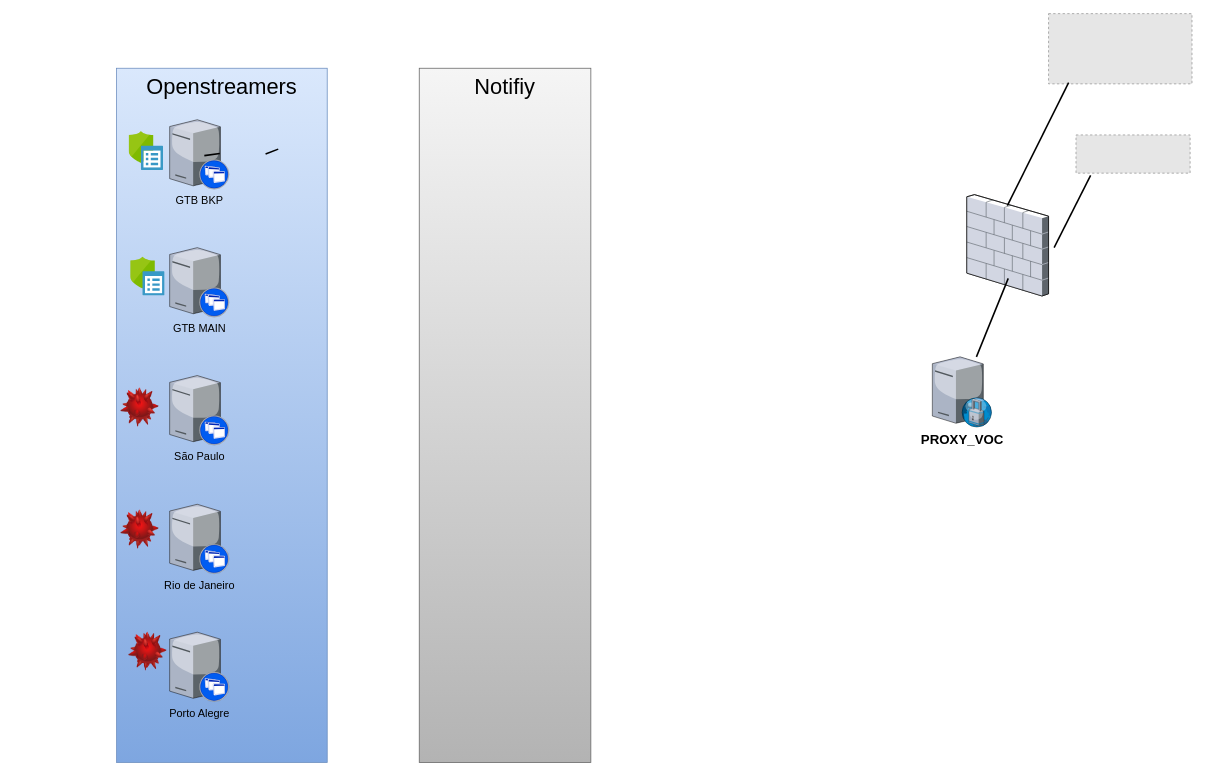
Above: redundancia Openstreamers.drawio in eloyx3x/Diagramas (draw.io), before the change. Source tidied: cells renumbered, new cells numbered last; positions are measured from the earlier drawing's top-left corner, leaving out a move shared by most shapes. Both pictures are drawn from the tidied source at 78%, with x=0, y=0 at pixel (116, 13). Pictures stored in the file or linked from it are replaced by grey dashed boxes.
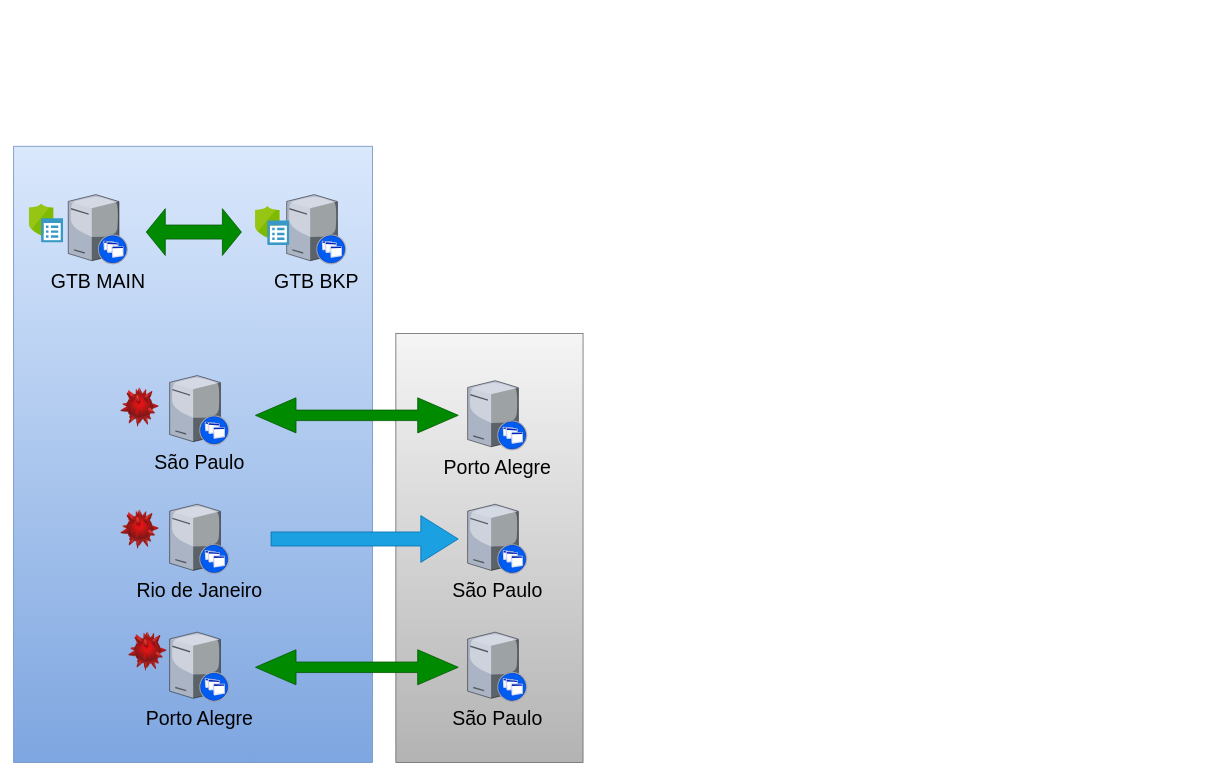
Above is the later version.

Diff of the diagram source:
```diff
@@
-    <mxCell id="2" value="&lt;font style=&quot;font-size: 28px;&quot;&gt;Openstreamers&lt;/font&gt;" style="whiteSpace=wrap;html=1;fontSize=14;strokeColor=#6c8ebf;verticalAlign=top;labelBackgroundColor=none;fillColor=#dae8fc;gradientColor=#7ea6e0;" parent="1" vertex="1">
-      <mxGeometry y="70" width="270" height="890" as="geometry" />
+    <mxCell id="2" style="whiteSpace=wrap;html=1;fontSize=14;strokeColor=#6c8ebf;verticalAlign=top;labelBackgroundColor=none;fillColor=#dae8fc;gradientColor=#7ea6e0;" parent="1" vertex="1">
+      <mxGeometry x="-132" y="170" width="460" height="790" as="geometry" />
     </mxCell>
-    <mxCell id="3" value="&lt;font style=&quot;font-size: 28px;&quot;&gt;Notifiy&lt;/font&gt;" style="whiteSpace=wrap;html=1;fontSize=14;strokeColor=#666666;verticalAlign=top;labelBackgroundColor=none;fillColor=#f5f5f5;gradientColor=#b3b3b3;" parent="1" vertex="1">
-      <mxGeometry x="388" y="70" width="220" height="890" as="geometry" />
+    <mxCell id="3" style="whiteSpace=wrap;html=1;fontSize=14;strokeColor=#666666;verticalAlign=top;labelBackgroundColor=none;fillColor=#f5f5f5;gradientColor=#b3b3b3;" parent="1" vertex="1">
+      <mxGeometry x="358" y="410" width="240" height="550" as="geometry" />
     </mxCell>
-    <mxCell id="4" value="Porto Alegre" style="verticalLabelPosition=bottom;html=1;verticalAlign=top;strokeColor=none;shape=mxgraph.citrix.xenapp_server;fontSize=14;labelBackgroundColor=none;" parent="1" vertex="1">
+    <mxCell id="4" value="Porto Alegre" style="verticalLabelPosition=bottom;html=1;verticalAlign=top;strokeColor=none;shape=mxgraph.citrix.xenapp_server;fontSize=25;labelBackgroundColor=none;" parent="1" vertex="1">
       <mxGeometry x="68" y="793" width="76" height="89" as="geometry" />
     </mxCell>
-    <mxCell id="5" value="Rio de Janeiro" style="verticalLabelPosition=bottom;html=1;verticalAlign=top;strokeColor=none;shape=mxgraph.citrix.xenapp_server;fontSize=14;labelBackgroundColor=none;" parent="1" vertex="1">
+    <mxCell id="5" value="Rio de Janeiro" style="verticalLabelPosition=bottom;html=1;verticalAlign=top;strokeColor=none;shape=mxgraph.citrix.xenapp_server;fontSize=25;labelBackgroundColor=none;" parent="1" vertex="1">
       <mxGeometry x="68" y="629" width="76" height="89" as="geometry" />
     </mxCell>
-    <mxCell id="6" value="São Paulo" style="verticalLabelPosition=bottom;html=1;verticalAlign=top;strokeColor=none;shape=mxgraph.citrix.xenapp_server;fontSize=14;labelBackgroundColor=none;" parent="1" vertex="1">
+    <mxCell id="6" value="São Paulo" style="verticalLabelPosition=bottom;html=1;verticalAlign=top;strokeColor=none;shape=mxgraph.citrix.xenapp_server;fontSize=25;labelBackgroundColor=none;" parent="1" vertex="1">
       <mxGeometry x="68" y="464" width="76" height="89" as="geometry" />
     </mxCell>
-    <mxCell id="7" value="GTB MAIN" style="verticalLabelPosition=bottom;html=1;verticalAlign=top;strokeColor=none;shape=mxgraph.citrix.xenapp_server;fontSize=14;labelBackgroundColor=none;" parent="1" vertex="1">
-      <mxGeometry x="68" y="300" width="76" height="89" as="geometry" />
-    </mxCell>
-    <mxCell id="8" style="edgeStyle=none;rounded=0;html=1;startSize=10;endSize=10;jettySize=auto;orthogonalLoop=1;fontSize=14;endArrow=none;endFill=0;strokeWidth=2;exitX=0.846;exitY=0.486;exitDx=0;exitDy=0;exitPerimeter=0;labelBackgroundColor=none;fontColor=default;" parent="1" edge="1">
-      <mxGeometry relative="1" as="geometry">
-        <mxPoint x="207.2" y="173.7" as="sourcePoint" />
-        <mxPoint x="191" y="180" as="targetPoint" />
-      </mxGeometry>
-    </mxCell>
-    <mxCell id="9" value="GTB BKP" style="verticalLabelPosition=bottom;html=1;verticalAlign=top;strokeColor=none;shape=mxgraph.citrix.xenapp_server;fontSize=14;labelBackgroundColor=none;" parent="1" vertex="1">
-      <mxGeometry x="68" y="136" width="76" height="89" as="geometry" />
-    </mxCell>
-    <mxCell id="10" style="verticalLabelPosition=bottom;html=1;verticalAlign=top;strokeColor=none;shape=mxgraph.citrix.firewall;fontSize=14;labelBackgroundColor=none;" parent="1" vertex="1">
-      <mxGeometry x="1090" y="232" width="104.8" height="130" as="geometry" />
-    </mxCell>
-    <mxCell id="11" style="fillColor=#E6E6E6;strokeColor=#999999;dashed=1;verticalLabelPosition=bottom;labelBackgroundColor=none;verticalAlign=top;" parent="1" vertex="1">
-      <mxGeometry x="1194.8" width="183.9" height="90" as="geometry" />
-    </mxCell>
-    <mxCell id="12" style="edgeStyle=none;rounded=0;html=1;startSize=10;endSize=10;jettySize=auto;fontSize=14;endArrow=none;endFill=0;strokeWidth=2;entryX=0.14;entryY=0.983;entryDx=0;entryDy=0;labelBackgroundColor=none;fontColor=default;entryPerimeter=0;exitX=0.496;exitY=0.108;exitDx=0;exitDy=0;exitPerimeter=0;" parent="1" edge="1" source="10" target="11">
-      <mxGeometry relative="1" as="geometry" />
-    </mxCell>
@@
-    <mxCell id="16" value="PROXY_VOC" style="verticalLabelPosition=bottom;sketch=0;html=1;verticalAlign=top;strokeColor=none;align=center;outlineConnect=0;shape=mxgraph.citrix.proxy_server;fontSize=17;fontStyle=1;" parent="1" vertex="1">
-      <mxGeometry x="1045.8" y="440" width="76.5" height="90" as="geometry" />
-    </mxCell>
-    <mxCell id="17" style="edgeStyle=none;rounded=0;html=1;startSize=10;endSize=10;jettySize=auto;fontSize=14;endArrow=none;endFill=0;strokeWidth=2;entryX=0.507;entryY=0.826;entryDx=0;entryDy=0;labelBackgroundColor=none;fontColor=default;entryPerimeter=0;" parent="1" edge="1" source="16" target="10">
-      <mxGeometry relative="1" as="geometry" />
-    </mxCell>
-    <mxCell id="18" style="fillColor=#E6E6E6;strokeColor=#999999;dashed=1;verticalLabelPosition=bottom;labelBackgroundColor=default;verticalAlign=top;" parent="1" vertex="1">
-      <mxGeometry x="1230" y="155.5" width="146.3" height="49" as="geometry" />
-    </mxCell>
-    <mxCell id="19" style="edgeStyle=none;rounded=0;html=1;startSize=10;endSize=10;jettySize=auto;fontSize=14;endArrow=none;endFill=0;strokeWidth=2;labelBackgroundColor=none;fontColor=default;exitX=1.068;exitY=0.523;exitDx=0;exitDy=0;exitPerimeter=0;entryX=0.128;entryY=1.057;entryDx=0;entryDy=0;entryPerimeter=0;" parent="1" edge="1" source="10" target="18">
-      <mxGeometry relative="1" as="geometry" />
-    </mxCell>
+    <mxCell id="23" value="Porto Alegre" style="verticalLabelPosition=bottom;html=1;verticalAlign=top;strokeColor=none;shape=mxgraph.citrix.xenapp_server;fontSize=25;labelBackgroundColor=none;" parent="1" vertex="1">
+      <mxGeometry x="450" y="470.5" width="76" height="89" as="geometry" />
+    </mxCell>
+    <mxCell id="24" value="São Paulo" style="verticalLabelPosition=bottom;html=1;verticalAlign=top;strokeColor=none;shape=mxgraph.citrix.xenapp_server;fontSize=25;labelBackgroundColor=none;" parent="1" vertex="1">
+      <mxGeometry x="450" y="629" width="76" height="89" as="geometry" />
+    </mxCell>
+    <mxCell id="25" style="shape=doubleArrow;whiteSpace=wrap;html=1;fillColor=#008a00;strokeColor=#005700;fontColor=#ffffff;" parent="1" vertex="1">
+      <mxGeometry x="178" y="492.5" width="260" height="45" as="geometry" />
+    </mxCell>
+    <mxCell id="26" style="shape=doubleArrow;whiteSpace=wrap;html=1;fillColor=#008a00;strokeColor=#005700;fontColor=#ffffff;" parent="1" vertex="1">
+      <mxGeometry x="178" y="815.5" width="260" height="45" as="geometry" />
+    </mxCell>
+    <mxCell id="27" value="São Paulo" style="verticalLabelPosition=bottom;html=1;verticalAlign=top;strokeColor=none;shape=mxgraph.citrix.xenapp_server;fontSize=25;labelBackgroundColor=none;" parent="1" vertex="1">
+      <mxGeometry x="450" y="793" width="76" height="89" as="geometry" />
+    </mxCell>
+    <mxCell id="28" style="shape=singleArrow;whiteSpace=wrap;html=1;fillColor=#1ba1e2;fontColor=#ffffff;strokeColor=#006EAF;" parent="1" vertex="1">
+      <mxGeometry x="198" y="643.5" width="240" height="60" as="geometry" />
+    </mxCell>
+    <mxCell id="29" style="group;fontSize=25;" parent="1" vertex="1">
+      <mxGeometry x="-112" y="232" width="126" height="89" as="geometry" />
+    </mxCell>
+    <mxCell id="7" value="&lt;font style=&quot;font-size: 25px;&quot;&gt;GTB MAIN&lt;/font&gt;" style="verticalLabelPosition=bottom;html=1;verticalAlign=top;strokeColor=none;shape=mxgraph.citrix.xenapp_server;fontSize=14;labelBackgroundColor=none;" parent="29" vertex="1">
+      <mxGeometry x="50" width="76" height="89" as="geometry" />
+    </mxCell>
+    <mxCell id="21" style="image;sketch=0;html=1;align=center;fontSize=12;image=img/lib/mscae/Security_Baselines.svg;" parent="29" vertex="1">
+      <mxGeometry y="12" width="44" height="50" as="geometry" />
+    </mxCell>
+    <mxCell id="30" style="group;" parent="1" vertex="1">
+      <mxGeometry x="178" y="232" width="128" height="89" as="geometry" />
+    </mxCell>
+    <mxCell id="9" value="&lt;font style=&quot;font-size: 25px;&quot;&gt;GTB BKP&lt;/font&gt;" style="verticalLabelPosition=bottom;html=1;verticalAlign=top;strokeColor=none;shape=mxgraph.citrix.xenapp_server;fontSize=14;labelBackgroundColor=none;" parent="30" vertex="1">
+      <mxGeometry x="40" width="76" height="89" as="geometry" />
+    </mxCell>
-    <mxCell id="20" style="image;sketch=0;html=1;align=center;fontSize=12;image=img/lib/mscae/Security_Baselines.svg;" parent="1" vertex="1">
-      <mxGeometry x="16" y="151" width="44" height="50" as="geometry" />
+    <mxCell id="20" style="image;sketch=0;html=1;align=center;fontSize=12;image=img/lib/mscae/Security_Baselines.svg;" parent="30" vertex="1">
+      <mxGeometry y="15" width="44" height="50" as="geometry" />
     </mxCell>
-    <mxCell id="21" style="image;sketch=0;html=1;align=center;fontSize=12;image=img/lib/mscae/Security_Baselines.svg;" parent="1" vertex="1">
-      <mxGeometry x="18" y="312" width="44" height="50" as="geometry" />
-    </mxCell>
-    <mxCell id="22" style="edgeStyle=none;rounded=0;html=1;startSize=10;endSize=10;jettySize=auto;fontSize=14;endArrow=none;endFill=0;strokeWidth=2;exitX=0.846;exitY=0.486;exitDx=0;exitDy=0;exitPerimeter=0;labelBackgroundColor=none;fontColor=default;" parent="1" edge="1" source="9">
-      <mxGeometry relative="1" as="geometry">
-        <mxPoint x="112.5" y="182" as="targetPoint" />
-      </mxGeometry>
-    </mxCell>
+    <mxCell id="31" style="shape=doubleArrow;whiteSpace=wrap;html=1;fillColor=#008a00;fontColor=#ffffff;strokeColor=#005700;" parent="1" vertex="1">
+      <mxGeometry x="38" y="250" width="122" height="60" as="geometry" />
+    </mxCell>
```
